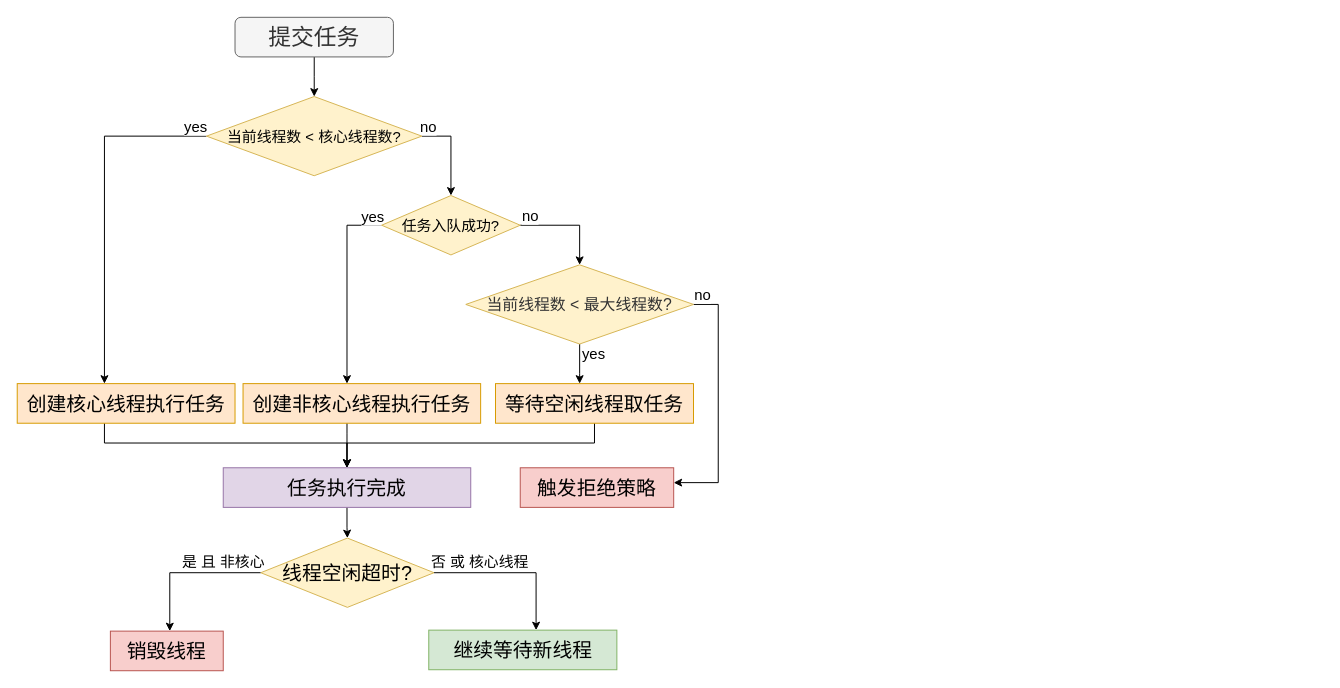
Before: ThreadPoolFlowChart.drawio in qingyunlyp/resource, a draw.io diagram. Source tidied: cells renumbered, new cells numbered last; positions are measured from the earlier drawing's top-left corner, leaving out a move shared by most shapes. Both pictures are drawn from the tidied source at 99%, with x=0, y=0 at pixel (17, 17).
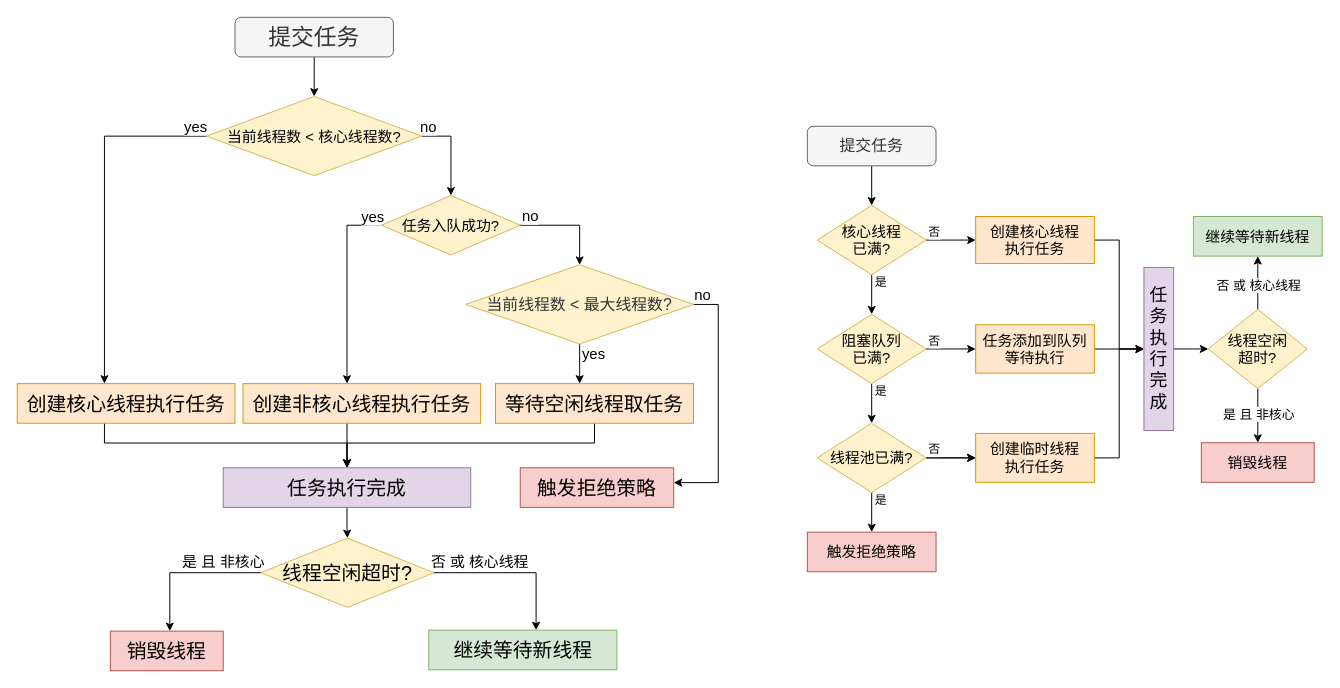
Above is the later version.

Change to the diagram source:
```diff
@@
+    <mxCell id="36" style="edgeStyle=orthogonalEdgeStyle;rounded=0;jettySize=auto;html=1;" parent="1" edge="1" source="37" target="42">
+      <mxGeometry relative="1" as="geometry" />
+    </mxCell>
+    <mxCell id="37" value="提交任务" style="rounded=1;whiteSpace=wrap;html=1;fontSize=16;fillColor=#f5f5f5;fontColor=#333333;strokeColor=#666666;" parent="1" vertex="1">
+      <mxGeometry x="798" y="110" width="130" height="40" as="geometry" />
+    </mxCell>
+    <mxCell id="38" style="edgeStyle=orthogonalEdgeStyle;rounded=0;jettySize=auto;html=1;" parent="1" edge="1" source="42" target="47">
+      <mxGeometry relative="1" as="geometry" />
+    </mxCell>
+    <mxCell id="39" value="是" style="edgeLabel;html=1;align=center;verticalAlign=middle;fontSize=12;" parent="38" vertex="1">
+      <mxGeometry x="-0.61" y="-1" relative="1" as="geometry">
+        <mxPoint x="9" y="-1" as="offset" />
+      </mxGeometry>
+    </mxCell>
+    <mxCell id="40" style="edgeStyle=orthogonalEdgeStyle;rounded=0;jettySize=auto;html=1;" parent="1" edge="1" source="42" target="55">
+      <mxGeometry relative="1" as="geometry" />
+    </mxCell>
+    <mxCell id="41" value="否" style="edgeLabel;html=1;align=center;verticalAlign=middle;fontSize=12;" parent="40" vertex="1">
+      <mxGeometry x="-0.26" y="3" relative="1" as="geometry">
+        <mxPoint x="-12" y="-6" as="offset" />
+      </mxGeometry>
+    </mxCell>
+    <mxCell id="42" value="核心线程&lt;div&gt;已满?&lt;/div&gt;" style="rhombus;whiteSpace=wrap;html=1;fontSize=15;fillColor=#fff2cc;strokeColor=#d6b656;rounded=0;" parent="1" vertex="1">
+      <mxGeometry x="808" y="190" width="110" height="70" as="geometry" />
+    </mxCell>
+    <mxCell id="43" style="edgeStyle=orthogonalEdgeStyle;rounded=0;jettySize=auto;html=1;" parent="1" edge="1" source="47" target="53">
+      <mxGeometry relative="1" as="geometry" />
+    </mxCell>
+    <mxCell id="44" value="是" style="edgeLabel;html=1;align=center;verticalAlign=middle;fontSize=12;" parent="43" vertex="1">
+      <mxGeometry x="-0.74" y="-1" relative="1" as="geometry">
+        <mxPoint x="9" y="2" as="offset" />
+      </mxGeometry>
+    </mxCell>
+    <mxCell id="45" style="edgeStyle=orthogonalEdgeStyle;rounded=0;jettySize=auto;html=1;" parent="1" edge="1" source="47" target="57">
+      <mxGeometry relative="1" as="geometry" />
+    </mxCell>
+    <mxCell id="46" value="否" style="edgeLabel;html=1;align=center;verticalAlign=middle;fontSize=12;" parent="45" vertex="1">
+      <mxGeometry x="-0.67" y="1" relative="1" as="geometry">
+        <mxPoint x="-1" y="-8" as="offset" />
+      </mxGeometry>
+    </mxCell>
+    <mxCell id="47" value="阻塞队列&lt;div&gt;已满?&lt;/div&gt;" style="rhombus;whiteSpace=wrap;html=1;fontSize=15;fillColor=#fff2cc;strokeColor=#d6b656;rounded=0;" parent="1" vertex="1">
+      <mxGeometry x="808" y="300" width="110" height="70" as="geometry" />
+    </mxCell>
+    <mxCell id="48" style="edgeStyle=orthogonalEdgeStyle;rounded=0;jettySize=auto;html=1;" parent="1" edge="1" source="53" target="59">
+      <mxGeometry relative="1" as="geometry" />
+    </mxCell>
+    <mxCell id="49" value="否" style="edgeLabel;html=1;align=center;verticalAlign=middle;fontSize=12;" parent="48" vertex="1">
+      <mxGeometry x="-0.73" y="1" relative="1" as="geometry">
+        <mxPoint y="-8" as="offset" />
+      </mxGeometry>
+    </mxCell>
+    <mxCell id="50" style="edgeStyle=orthogonalEdgeStyle;rounded=0;jettySize=auto;html=1;" parent="1" edge="1" source="53" target="60">
+      <mxGeometry relative="1" as="geometry" />
+    </mxCell>
+    <mxCell id="51" value="是" style="edgeLabel;html=1;align=center;verticalAlign=middle;fontSize=12;" parent="50" vertex="1">
+      <mxGeometry x="-0.68" relative="1" as="geometry">
+        <mxPoint x="8" y="1" as="offset" />
+      </mxGeometry>
+    </mxCell>
+    <mxCell id="52" style="edgeStyle=orthogonalEdgeStyle;rounded=0;jettySize=auto;html=1;" parent="1" edge="1" source="53" target="59">
+      <mxGeometry relative="1" as="geometry" />
+    </mxCell>
+    <mxCell id="53" value="线程池已满?" style="rhombus;whiteSpace=wrap;html=1;fontSize=15;fillColor=#fff2cc;strokeColor=#d6b656;rounded=0;" parent="1" vertex="1">
+      <mxGeometry x="808" y="410" width="110" height="70" as="geometry" />
+    </mxCell>
+    <mxCell id="54" style="edgeStyle=orthogonalEdgeStyle;rounded=0;jettySize=auto;html=1;entryX=0;entryY=0.5;entryDx=0;entryDy=0;" parent="1" edge="1" source="55" target="62">
+      <mxGeometry relative="1" as="geometry" />
+    </mxCell>
+    <mxCell id="55" value="创建核心线程&lt;div&gt;执行任务&lt;/div&gt;" style="whiteSpace=wrap;html=1;fontSize=15;fillColor=#ffe6cc;strokeColor=#d79b00;rounded=0;" parent="1" vertex="1">
+      <mxGeometry x="968" y="201.2" width="120" height="47.5" as="geometry" />
+    </mxCell>
+    <mxCell id="56" style="edgeStyle=orthogonalEdgeStyle;rounded=0;jettySize=auto;html=1;entryX=0;entryY=0.5;entryDx=0;entryDy=0;" parent="1" edge="1" source="57" target="62">
+      <mxGeometry relative="1" as="geometry" />
+    </mxCell>
+    <mxCell id="57" value="任务添加到队列&lt;div&gt;等待执行&lt;/div&gt;" style="whiteSpace=wrap;html=1;fontSize=15;fillColor=#ffe6cc;strokeColor=#d79b00;rounded=0;" parent="1" vertex="1">
+      <mxGeometry x="968" y="310.6" width="120" height="48.8" as="geometry" />
+    </mxCell>
+    <mxCell id="58" style="edgeStyle=orthogonalEdgeStyle;rounded=0;jettySize=auto;html=1;entryX=0;entryY=0.5;entryDx=0;entryDy=0;" parent="1" edge="1" source="59" target="62">
+      <mxGeometry relative="1" as="geometry" />
+    </mxCell>
+    <mxCell id="59" value="创建临时线程&lt;div&gt;执行任务&lt;/div&gt;" style="whiteSpace=wrap;html=1;fontSize=15;fillColor=#ffe6cc;strokeColor=#d79b00;rounded=0;" parent="1" vertex="1">
+      <mxGeometry x="968" y="420.3" width="120" height="49.4" as="geometry" />
+    </mxCell>
+    <mxCell id="60" value="触发拒绝策略" style="whiteSpace=wrap;html=1;fontSize=15;fillColor=#f8cecc;strokeColor=#b85450;rounded=0;" parent="1" vertex="1">
+      <mxGeometry x="798" y="520" width="130" height="40" as="geometry" />
+    </mxCell>
+    <mxCell id="61" style="edgeStyle=orthogonalEdgeStyle;rounded=0;jettySize=auto;html=1;" parent="1" edge="1" source="62" target="67">
+      <mxGeometry relative="1" as="geometry" />
+    </mxCell>
+    <mxCell id="62" value="任务执行完成" style="whiteSpace=wrap;html=1;fontSize=18;rounded=0;fillColor=#e1d5e7;strokeColor=#9673a6;" parent="1" vertex="1">
+      <mxGeometry x="1138" y="252.7" width="30" height="164.7" as="geometry" />
+    </mxCell>
+    <mxCell id="63" style="edgeStyle=orthogonalEdgeStyle;rounded=0;jettySize=auto;html=1;exitX=0.5;exitY=1;exitDx=0;exitDy=0;entryX=0.5;entryY=0;entryDx=0;entryDy=0;" parent="1" edge="1" source="67" target="68">
+      <mxGeometry relative="1" as="geometry">
+        <Array as="points">
+          <mxPoint x="1253" y="390" />
+          <mxPoint x="1253" y="390" />
+        </Array>
+      </mxGeometry>
+    </mxCell>
+    <mxCell id="64" value="是 且 非核心" style="edgeLabel;html=1;align=center;verticalAlign=middle;fontSize=13;" parent="63" vertex="1">
+      <mxGeometry x="-0.64" relative="1" as="geometry">
+        <mxPoint y="15" as="offset" />
+      </mxGeometry>
+    </mxCell>
+    <mxCell id="65" style="edgeStyle=orthogonalEdgeStyle;rounded=0;jettySize=auto;html=1;" parent="1" edge="1" source="67" target="69">
+      <mxGeometry relative="1" as="geometry">
+        <Array as="points">
+          <mxPoint x="1253" y="240" />
+          <mxPoint x="1253" y="240" />
+        </Array>
+      </mxGeometry>
+    </mxCell>
+    <mxCell id="66" value="否 或 核心线程" style="edgeLabel;html=1;align=center;verticalAlign=middle;fontSize=13;" parent="65" vertex="1">
+      <mxGeometry x="-0.81" y="-1" relative="1" as="geometry">
+        <mxPoint x="-1" y="-20" as="offset" />
+      </mxGeometry>
+    </mxCell>
+    <mxCell id="67" value="线程空闲&lt;div&gt;超时?&lt;/div&gt;" style="rhombus;whiteSpace=wrap;html=1;fontSize=15;rounded=0;fillColor=#fff2cc;strokeColor=#d6b656;" parent="1" vertex="1">
+      <mxGeometry x="1203" y="295" width="100" height="80" as="geometry" />
+    </mxCell>
+    <mxCell id="68" value="销毁线程" style="whiteSpace=wrap;html=1;fontSize=15;rounded=0;fillColor=#f8cecc;strokeColor=#b85450;" parent="1" vertex="1">
+      <mxGeometry x="1196" y="429.7" width="114" height="40" as="geometry" />
+    </mxCell>
+    <mxCell id="69" value="继续等待新线程" style="whiteSpace=wrap;html=1;fontSize=15;rounded=0;fillColor=#d5e8d4;strokeColor=#82b366;" parent="1" vertex="1">
+      <mxGeometry x="1188" y="201.2" width="130" height="40" as="geometry" />
+    </mxCell>
```
